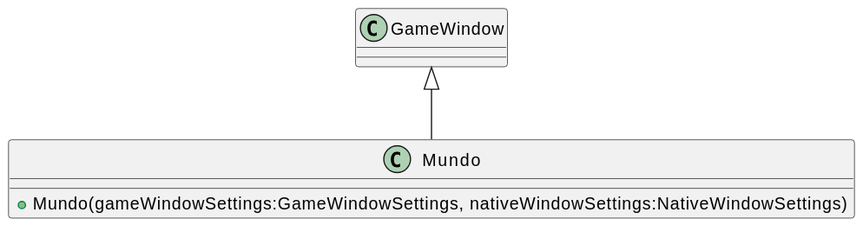
Above: svg/Unidade2/CG_N2_Exemplo/plantuml/Mundo.svg in majutestoni/disciplina_CG_2025_1 (PlantUML), before the change.
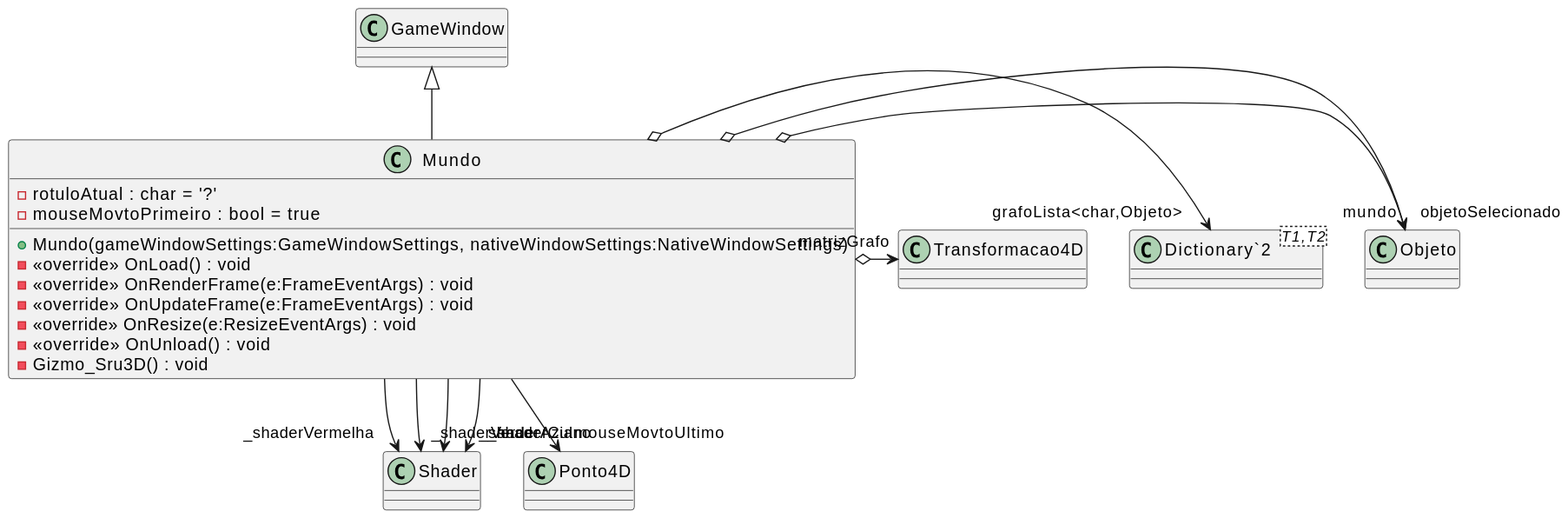
Later version of the same file.

The edit, as a diff of the source:
```diff
@@ -1,6 +1,25 @@
 @startuml
 class Mundo {
+    - rotuloAtual : char = '?'
+    - mouseMovtoPrimeiro : bool = true
     + Mundo(gameWindowSettings:GameWindowSettings, nativeWindowSettings:NativeWindowSettings)
+    - <<override>> OnLoad() : void
+    - <<override>> OnRenderFrame(e:FrameEventArgs) : void
+    - <<override>> OnUpdateFrame(e:FrameEventArgs) : void
+    - <<override>> OnResize(e:ResizeEventArgs) : void
+    - <<override>> OnUnload() : void
+    - Gizmo_Sru3D() : void
+}
+class "Dictionary`2"<T1,T2> {
 }
 GameWindow <|-- Mundo
+Mundo o-> "mundo" Objeto
+Mundo o-> "grafoLista<char,Objeto>" "Dictionary`2"
+Mundo o-> "objetoSelecionado" Objeto
+Mundo o-> "matrizGrafo" Transformacao4D
+Mundo --> "_shaderVermelha" Shader
+Mundo --> "_shaderVerde" Shader
+Mundo --> "_shaderAzul" Shader
+Mundo --> "_shaderCiano" Shader
+Mundo --> "mouseMovtoUltimo" Ponto4D
 @enduml
```
